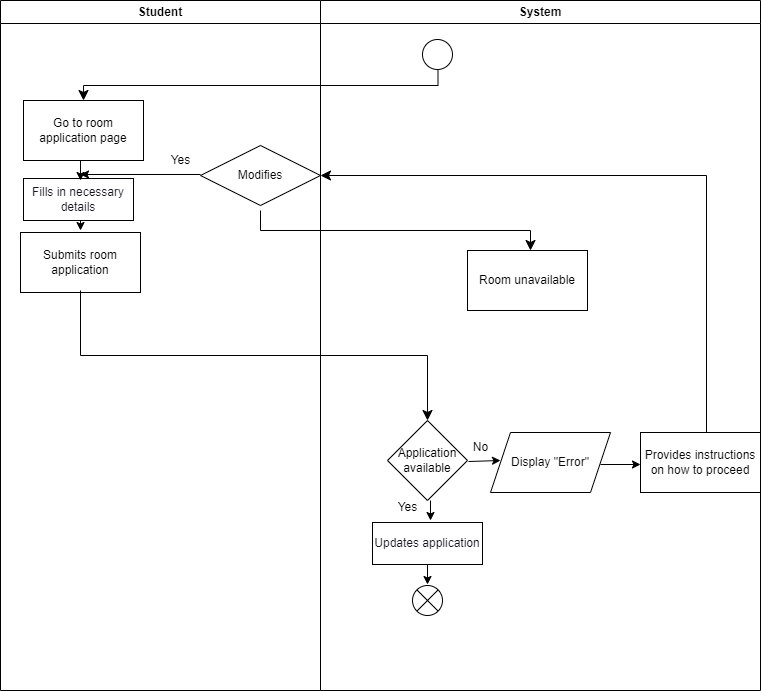
drshahizan/software-engineering keeps this draw.io diagram as project/drawio/stakeholder/activity diagram/uc16.png. Above is the earlier version. Source tidied: cells renumbered, new cells last; positions are measured from the earlier drawing's top-left corner, leaving out a move shared by most shapes.
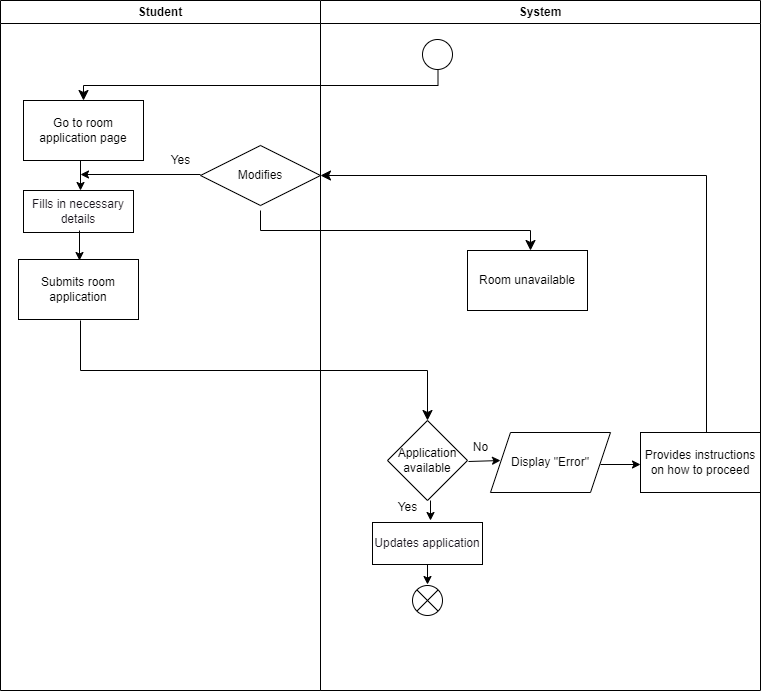
Later version of the same file.

Change to the diagram source:
```diff
@@ -11,18 +11,9 @@
     <mxCell id="3" value="Go to room application page" style="rounded=0;whiteSpace=wrap;html=1;" parent="1" vertex="1">
       <mxGeometry x="23" y="100" width="120" height="60" as="geometry" />
     </mxCell>
-    <mxCell id="4" style="endArrow=classic;html=1;" parent="1" edge="1">
-      <mxGeometry relative="1" as="geometry">
-        <mxPoint x="80" y="210" as="sourcePoint" />
-        <mxPoint x="80" y="230" as="targetPoint" />
-      </mxGeometry>
-    </mxCell>
-    <mxCell id="5" value="Submits room application" style="rounded=0;whiteSpace=wrap;html=1;" parent="1" vertex="1">
-      <mxGeometry x="20" y="232" width="120" height="60" as="geometry" />
-    </mxCell>
     <mxCell id="6" style="edgeStyle=elbowEdgeStyle;elbow=vertical;endArrow=classic;html=1;curved=0;rounded=0;endSize=8;startSize=8;entryX=0.5;entryY=0;entryDx=0;entryDy=0;" parent="1" edge="1" target="7">
       <mxGeometry relative="1" as="geometry">
-        <mxPoint x="80" y="290" as="sourcePoint" />
+        <mxPoint x="80" y="320" as="sourcePoint" />
       </mxGeometry>
     </mxCell>
     <mxCell id="7" value="Application available" style="rhombus;whiteSpace=wrap;html=1;" parent="1" vertex="1">
@@ -73,12 +64,12 @@
       <mxGeometry x="412" y="585" width="30" height="30" as="geometry" />
     </mxCell>
     <mxCell id="17" value="&lt;font color=&quot;#18141d&quot;&gt;Fills in necessary details&lt;/font&gt;" style="rounded=0;whiteSpace=wrap;html=1;fontFamily=Helvetica;fontSize=12;fontColor=rgb(240, 240, 240);align=center;strokeColor=#000000;fillColor=#FFFFFF;" parent="1" vertex="1">
-      <mxGeometry x="23" y="178" width="110" height="42" as="geometry" />
+      <mxGeometry x="23" y="190" width="110" height="42" as="geometry" />
     </mxCell>
     <mxCell id="18" style="endArrow=classic;html=1;" parent="1" edge="1">
       <mxGeometry relative="1" as="geometry">
         <mxPoint x="80" y="160" as="sourcePoint" />
-        <mxPoint x="80" y="180" as="targetPoint" />
+        <mxPoint x="80" y="190" as="targetPoint" />
       </mxGeometry>
     </mxCell>
     <mxCell id="19" style="endArrow=classic;html=1;" parent="1" edge="1">
@@ -114,6 +105,15 @@
     <mxCell id="26" value="Student" style="swimlane;whiteSpace=wrap;html=1;" parent="1" vertex="1">
       <mxGeometry width="320" height="690" as="geometry" />
     </mxCell>
+    <mxCell id="5" value="Submits room application" style="rounded=0;whiteSpace=wrap;html=1;" parent="26" vertex="1">
+      <mxGeometry x="18" y="259" width="120" height="60" as="geometry" />
+    </mxCell>
+    <mxCell id="29" style="endArrow=classic;html=1;exitX=0.517;exitY=0.183;exitDx=0;exitDy=0;exitPerimeter=0;" parent="26" edge="1">
+      <mxGeometry relative="1" as="geometry">
+        <mxPoint x="79" y="230" as="sourcePoint" />
+        <mxPoint x="79" y="260" as="targetPoint" />
+      </mxGeometry>
+    </mxCell>
     <mxCell id="27" value="System" style="swimlane;whiteSpace=wrap;html=1;" parent="1" vertex="1">
       <mxGeometry x="320" width="440" height="690" as="geometry" />
     </mxCell>
```
